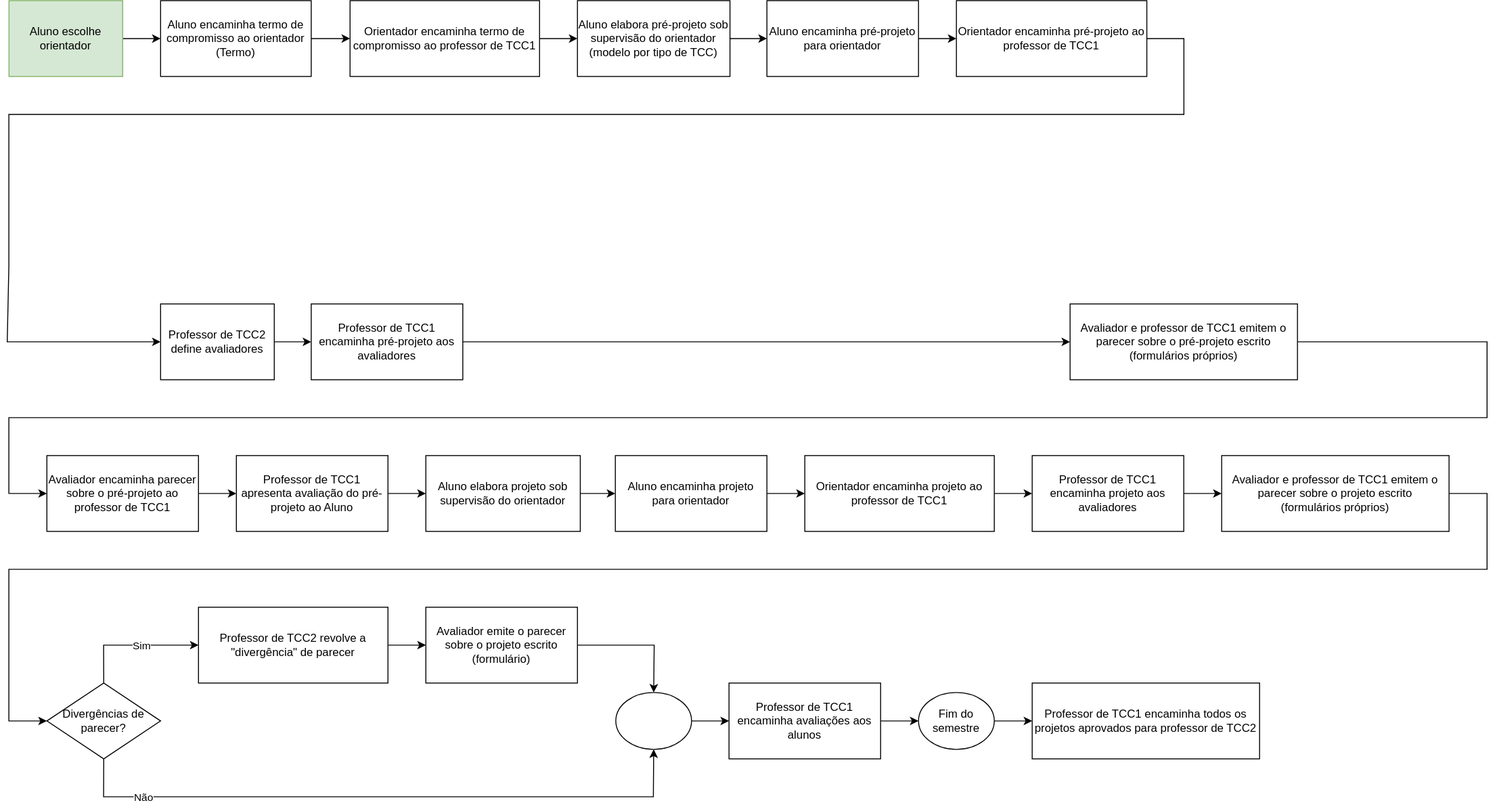
The draw.io diagram _SIS/Cronogramas/cronogramaFluxograma.drawio.svg in dalton-reis/disciplina_TCC1_2025_1, before a commit. Source tidied: cells renumbered, new cells last; positions are measured from the earlier drawing's top-left corner, leaving out a move shared by most shapes.
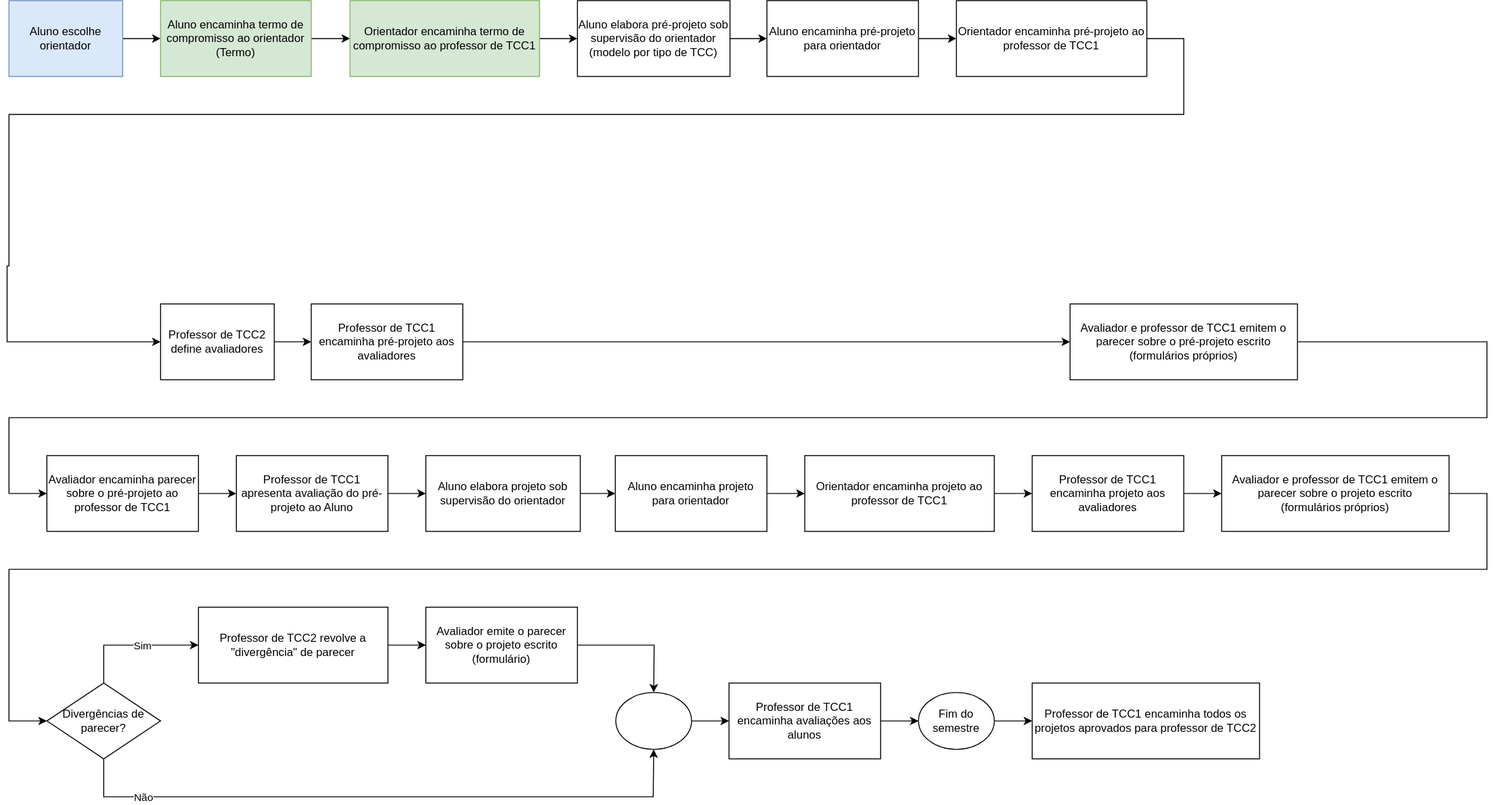
Above is the later version.

The edit, as a diff of the source:
```diff
@@ -5,19 +5,19 @@
     <mxCell id="2" style="edgeStyle=orthogonalEdgeStyle;rounded=0;jettySize=auto;html=1;fontColor=#000000;" parent="1" edge="1" source="3" target="5">
       <mxGeometry relative="1" as="geometry" />
     </mxCell>
-    <mxCell id="3" value="Aluno escolhe orientador" style="whiteSpace=wrap;html=1;fillColor=#d5e8d4;strokeColor=#82b366;" parent="1" vertex="1">
+    <mxCell id="3" value="Aluno escolhe orientador" style="whiteSpace=wrap;html=1;fillColor=#dae8fc;strokeColor=#6c8ebf;" parent="1" vertex="1">
       <mxGeometry x="2" width="120" height="80" as="geometry" />
     </mxCell>
     <mxCell id="4" style="edgeStyle=orthogonalEdgeStyle;rounded=0;jettySize=auto;html=1;fontColor=#000000;" parent="1" edge="1" source="5" target="7">
       <mxGeometry relative="1" as="geometry" />
     </mxCell>
-    <mxCell id="5" value="Aluno encaminha termo de compromisso ao orientador&lt;br&gt;(Termo)" style="whiteSpace=wrap;html=1;" parent="1" vertex="1">
+    <mxCell id="5" value="Aluno encaminha termo de compromisso ao orientador&lt;br&gt;(Termo)" style="whiteSpace=wrap;html=1;fillColor=#d5e8d4;strokeColor=#82b366;" parent="1" vertex="1">
       <mxGeometry x="162" width="159" height="80" as="geometry" />
     </mxCell>
     <mxCell id="6" style="edgeStyle=orthogonalEdgeStyle;rounded=0;jettySize=auto;html=1;fontColor=#000000;" parent="1" edge="1" source="7" target="9">
       <mxGeometry relative="1" as="geometry" />
     </mxCell>
-    <mxCell id="7" value="Orientador encaminha termo de compromisso ao professor de TCC1" style="whiteSpace=wrap;html=1;" parent="1" vertex="1">
+    <mxCell id="7" value="Orientador encaminha termo de compromisso ao professor de TCC1" style="whiteSpace=wrap;html=1;fillColor=#d5e8d4;strokeColor=#82b366;" parent="1" vertex="1">
       <mxGeometry x="362" width="200" height="80" as="geometry" />
     </mxCell>
     <mxCell id="8" style="edgeStyle=orthogonalEdgeStyle;rounded=0;jettySize=auto;html=1;fontColor=#000000;" parent="1" edge="1" source="9" target="11">
```
